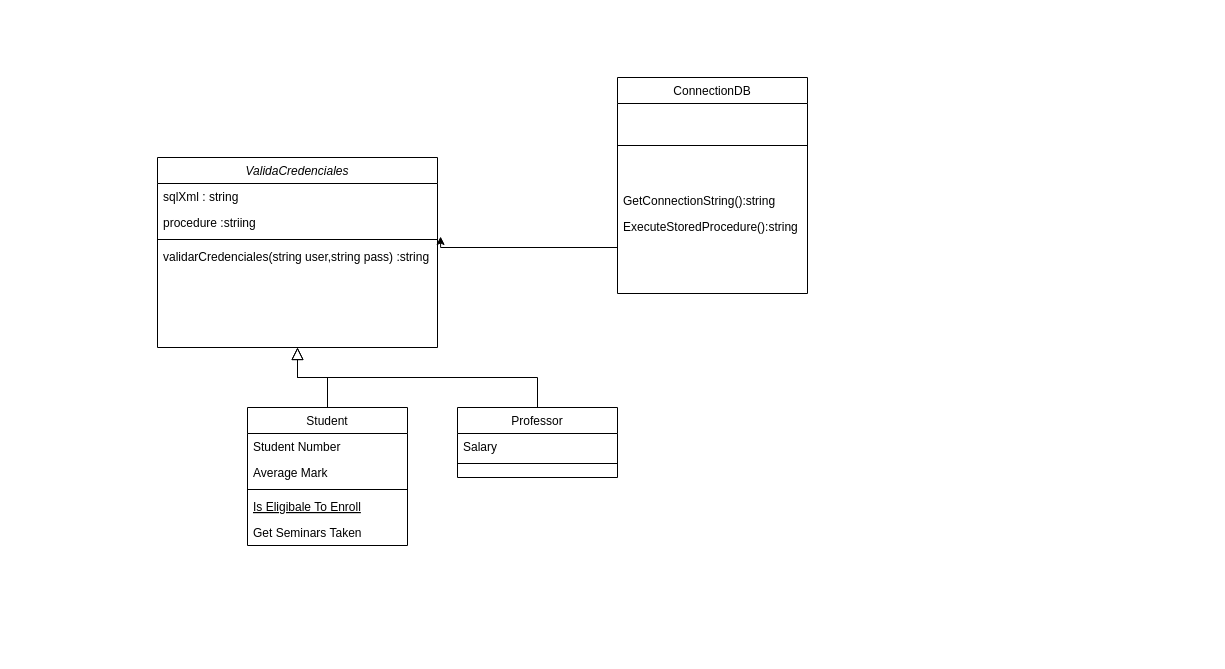
Before: ProyectoPED/ArchivosDB/DiagramaUML.drawio in MoisesProyectosUDB/UDB-PED-Proyecto, a draw.io diagram. Source tidied: cells renumbered, new cells numbered last; positions are measured from the earlier drawing's top-left corner, leaving out a move shared by most shapes. Both pictures are drawn from the tidied source at 100%, with x=0, y=0 at pixel (157, 77).
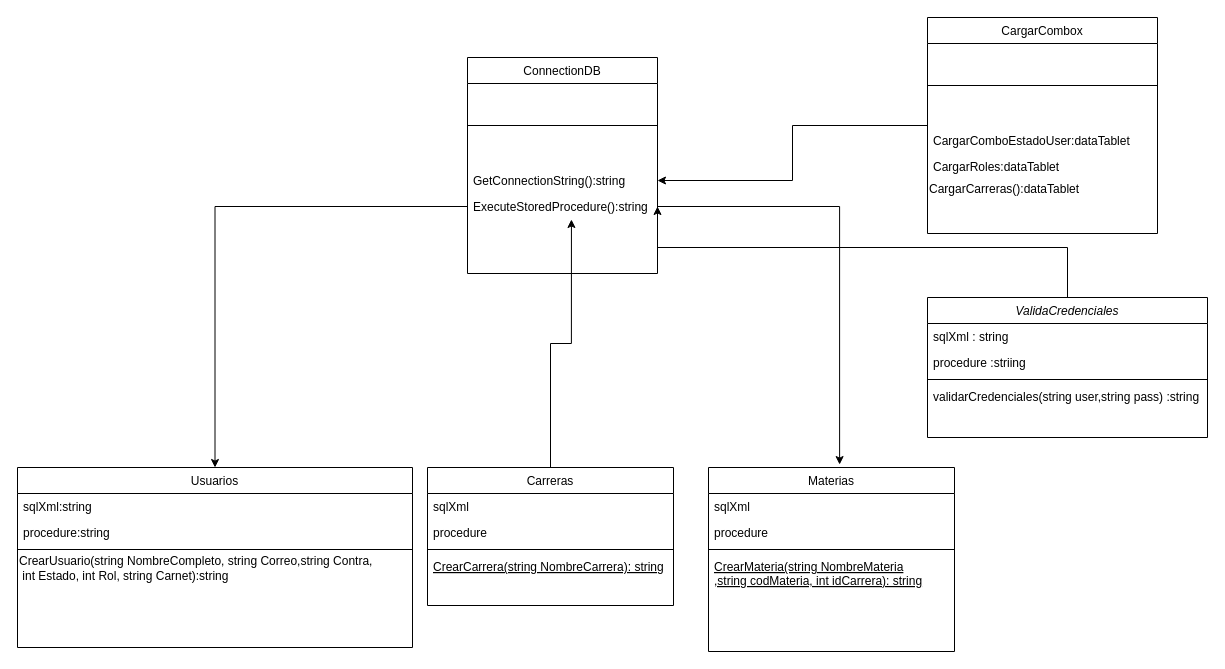
Above is the later version.

The change refers to these unchanged cells:
```xml
<mxCell id="4" value="procedure :striing" style="text;align=left;verticalAlign=top;spacingLeft=4;spacingRight=4;overflow=hidden;points=[[0,0.5],[1,0.5]];portConstraint=eastwest;rounded=0;shadow=0;html=0;" parent="2" vertex="1">
  <mxGeometry y="52" width="280" height="26" as="geometry" />
</mxCell>
<mxCell id="21" value="GetConnectionString():string" style="text;align=left;verticalAlign=top;spacingLeft=4;spacingRight=4;overflow=hidden;points=[[0,0.5],[1,0.5]];portConstraint=eastwest;" parent="19" vertex="1">
  <mxGeometry y="110" width="190" height="26" as="geometry" />
</mxCell>
<mxCell id="22" value="ExecuteStoredProcedure():string" style="text;align=left;verticalAlign=top;spacingLeft=4;spacingRight=4;overflow=hidden;points=[[0,0.5],[1,0.5]];portConstraint=eastwest;" parent="19" vertex="1">
  <mxGeometry y="136" width="190" height="26" as="geometry" />
</mxCell>
```

Change to the diagram source:
```diff
@@
+    <mxCell id="23" style="edgeStyle=orthogonalEdgeStyle;rounded=0;jettySize=auto;html=1;entryX=1;entryY=0.5;entryDx=0;entryDy=0;" parent="1" edge="1" source="2" target="22">
+      <mxGeometry relative="1" as="geometry">
+        <Array as="points">
+          <mxPoint x="910" y="170" />
+          <mxPoint x="500" y="170" />
+        </Array>
+      </mxGeometry>
+    </mxCell>
     <mxCell id="2" value="ValidaCredenciales" style="swimlane;fontStyle=2;align=center;verticalAlign=top;horizontal=1;startSize=26;rounded=0;shadow=0;strokeWidth=1;" parent="1" vertex="1">
-      <mxGeometry y="80" width="280" height="190" as="geometry" />
+      <mxGeometry x="770" y="220" width="280" height="140" as="geometry" />
     </mxCell>
@@
+    <mxCell id="24" style="edgeStyle=orthogonalEdgeStyle;rounded=0;jettySize=auto;html=1;entryX=0.547;entryY=1;entryDx=0;entryDy=0;entryPerimeter=0;" parent="1" edge="1" source="7" target="22">
+      <mxGeometry relative="1" as="geometry" />
+    </mxCell>
-    <mxCell id="7" value="Student" style="swimlane;fontStyle=0;align=center;verticalAlign=top;horizontal=1;startSize=26;rounded=0;shadow=0;strokeWidth=1;" parent="1" vertex="1">
-      <mxGeometry x="90" y="330" width="160" height="138" as="geometry" />
+    <mxCell id="7" value="Carreras" style="swimlane;fontStyle=0;align=center;verticalAlign=top;horizontal=1;startSize=26;rounded=0;shadow=0;strokeWidth=1;" parent="1" vertex="1">
+      <mxGeometry x="270" y="390" width="246" height="138" as="geometry" />
     </mxCell>
-    <mxCell id="8" value="Student Number" style="text;align=left;verticalAlign=top;spacingLeft=4;spacingRight=4;overflow=hidden;" parent="7" vertex="1">
-      <mxGeometry y="26" width="160" height="26" as="geometry" />
+    <mxCell id="8" value="sqlXml" style="text;align=left;verticalAlign=top;spacingLeft=4;spacingRight=4;overflow=hidden;" parent="7" vertex="1">
+      <mxGeometry y="26" width="246" height="26" as="geometry" />
     </mxCell>
-    <mxCell id="9" value="Average Mark" style="text;align=left;verticalAlign=top;spacingLeft=4;spacingRight=4;overflow=hidden;rounded=0;shadow=0;html=0;" parent="7" vertex="1">
-      <mxGeometry y="52" width="160" height="26" as="geometry" />
+    <mxCell id="9" value="procedure" style="text;align=left;verticalAlign=top;spacingLeft=4;spacingRight=4;overflow=hidden;rounded=0;shadow=0;html=0;" parent="7" vertex="1">
+      <mxGeometry y="52" width="246" height="26" as="geometry" />
     </mxCell>
     <mxCell id="10" style="line;html=1;strokeWidth=1;align=left;verticalAlign=middle;spacingTop=-1;spacingLeft=3;spacingRight=3;labelPosition=right;" parent="7" vertex="1">
-      <mxGeometry y="78" width="160" height="8" as="geometry" />
+      <mxGeometry y="78" width="246" height="8" as="geometry" />
     </mxCell>
-    <mxCell id="11" value="Is Eligibale To Enroll" style="text;align=left;verticalAlign=top;spacingLeft=4;spacingRight=4;overflow=hidden;fontStyle=4;" parent="7" vertex="1">
-      <mxGeometry y="86" width="160" height="26" as="geometry" />
+    <mxCell id="11" value="CrearCarrera(string NombreCarrera): string" style="text;align=left;verticalAlign=top;spacingLeft=4;spacingRight=4;overflow=hidden;fontStyle=4;" parent="7" vertex="1">
+      <mxGeometry y="86" width="246" height="26" as="geometry" />
     </mxCell>
-    <mxCell id="12" value="Get Seminars Taken" style="text;align=left;verticalAlign=top;spacingLeft=4;spacingRight=4;overflow=hidden;" parent="7" vertex="1">
-      <mxGeometry y="112" width="160" height="26" as="geometry" />
-    </mxCell>
-    <mxCell id="13" style="endArrow=block;endSize=10;endFill=0;shadow=0;strokeWidth=1;rounded=0;edgeStyle=elbowEdgeStyle;elbow=vertical;" parent="1" edge="1" source="7" target="2">
-      <mxGeometry relative="1" as="geometry" />
-    </mxCell>
-    <mxCell id="14" value="Professor" style="swimlane;fontStyle=0;align=center;verticalAlign=top;horizontal=1;startSize=26;rounded=0;shadow=0;strokeWidth=1;" parent="1" vertex="1">
-      <mxGeometry x="300" y="330" width="160" height="70" as="geometry" />
+    <mxCell id="14" value="Usuarios" style="swimlane;fontStyle=0;align=center;verticalAlign=top;horizontal=1;startSize=26;rounded=0;shadow=0;strokeWidth=1;" parent="1" vertex="1">
+      <mxGeometry x="-140" y="390" width="395" height="180" as="geometry" />
     </mxCell>
-    <mxCell id="15" value="Salary" style="text;align=left;verticalAlign=top;spacingLeft=4;spacingRight=4;overflow=hidden;" parent="14" vertex="1">
-      <mxGeometry y="26" width="160" height="26" as="geometry" />
+    <mxCell id="15" value="sqlXml:string" style="text;align=left;verticalAlign=top;spacingLeft=4;spacingRight=4;overflow=hidden;" parent="14" vertex="1">
+      <mxGeometry y="26" width="395" height="26" as="geometry" />
     </mxCell>
+    <mxCell id="25" value="procedure:string" style="text;align=left;verticalAlign=top;spacingLeft=4;spacingRight=4;overflow=hidden;" parent="14" vertex="1">
+      <mxGeometry y="52" width="395" height="26" as="geometry" />
+    </mxCell>
     <mxCell id="16" style="line;html=1;strokeWidth=1;align=left;verticalAlign=middle;spacingTop=-1;spacingLeft=3;spacingRight=3;labelPosition=right;" parent="14" vertex="1">
-      <mxGeometry y="52" width="160" height="8" as="geometry" />
+      <mxGeometry y="78" width="395" height="8" as="geometry" />
     </mxCell>
-    <mxCell id="17" style="endArrow=block;endSize=10;endFill=0;shadow=0;strokeWidth=1;rounded=0;edgeStyle=elbowEdgeStyle;elbow=vertical;" parent="1" edge="1" source="14" target="2">
-      <mxGeometry relative="1" as="geometry" />
-    </mxCell>
-    <mxCell id="18" style="edgeStyle=orthogonalEdgeStyle;rounded=0;jettySize=auto;html=1;entryX=1.011;entryY=1.038;entryDx=0;entryDy=0;entryPerimeter=0;" parent="1" edge="1" source="19" target="4">
-      <mxGeometry relative="1" as="geometry">
-        <Array as="points">
-          <mxPoint x="283" y="170" />
-        </Array>
-      </mxGeometry>
-    </mxCell>
+    <mxCell id="26" value="CrearUsuario(string NombreCompleto, string Correo,string Contra,&lt;br&gt;&amp;nbsp;int Estado, int Rol, string Carnet):string" style="text;html=1;align=left;verticalAlign=middle;" parent="14" vertex="1">
+      <mxGeometry y="86" width="395" height="30" as="geometry" />
+    </mxCell>
     <mxCell id="19" value="ConnectionDB" style="swimlane;fontStyle=0;align=center;verticalAlign=top;horizontal=1;startSize=26;rounded=0;shadow=0;strokeWidth=1;" parent="1" vertex="1">
-      <mxGeometry x="460" width="190" height="216" as="geometry" />
+      <mxGeometry x="310" y="-20" width="190" height="216" as="geometry" />
     </mxCell>
@@
+    <mxCell id="27" style="edgeStyle=orthogonalEdgeStyle;rounded=0;jettySize=auto;html=1;" parent="1" edge="1" source="28" target="21">
+      <mxGeometry relative="1" as="geometry" />
+    </mxCell>
+    <mxCell id="28" value="CargarCombox" style="swimlane;fontStyle=0;align=center;verticalAlign=top;horizontal=1;startSize=26;rounded=0;shadow=0;strokeWidth=1;" parent="1" vertex="1">
+      <mxGeometry x="770" y="-60" width="230" height="216" as="geometry" />
+    </mxCell>
+    <mxCell id="29" style="line;html=1;strokeWidth=1;align=left;verticalAlign=middle;spacingTop=-1;spacingLeft=3;spacingRight=3;labelPosition=right;" parent="28" vertex="1">
+      <mxGeometry y="26" width="230" height="84" as="geometry" />
+    </mxCell>
+    <mxCell id="30" value="CargarComboEstadoUser:dataTablet" style="text;align=left;verticalAlign=top;spacingLeft=4;spacingRight=4;overflow=hidden;" parent="28" vertex="1">
+      <mxGeometry y="110" width="230" height="26" as="geometry" />
+    </mxCell>
+    <mxCell id="31" value="CargarRoles:dataTablet&#10;" style="text;align=left;verticalAlign=top;spacingLeft=4;spacingRight=4;overflow=hidden;" parent="28" vertex="1">
+      <mxGeometry y="136" width="230" height="26" as="geometry" />
+    </mxCell>
+    <mxCell id="32" value="&lt;div&gt;&lt;span&gt;CargarCarreras():dataTablet&lt;/span&gt;&lt;/div&gt;" style="text;html=1;align=left;verticalAlign=middle;" parent="28" vertex="1">
+      <mxGeometry y="162" width="230" height="20" as="geometry" />
+    </mxCell>
+    <mxCell id="33" value="Materias" style="swimlane;fontStyle=0;align=center;verticalAlign=top;horizontal=1;startSize=26;rounded=0;shadow=0;strokeWidth=1;" parent="1" vertex="1">
+      <mxGeometry x="551" y="390" width="246" height="184" as="geometry" />
+    </mxCell>
+    <mxCell id="34" value="sqlXml" style="text;align=left;verticalAlign=top;spacingLeft=4;spacingRight=4;overflow=hidden;" parent="33" vertex="1">
+      <mxGeometry y="26" width="246" height="26" as="geometry" />
+    </mxCell>
+    <mxCell id="35" value="procedure" style="text;align=left;verticalAlign=top;spacingLeft=4;spacingRight=4;overflow=hidden;rounded=0;shadow=0;html=0;" parent="33" vertex="1">
+      <mxGeometry y="52" width="246" height="26" as="geometry" />
+    </mxCell>
+    <mxCell id="36" style="line;html=1;strokeWidth=1;align=left;verticalAlign=middle;spacingTop=-1;spacingLeft=3;spacingRight=3;labelPosition=right;" parent="33" vertex="1">
+      <mxGeometry y="78" width="246" height="8" as="geometry" />
+    </mxCell>
+    <mxCell id="37" value="CrearMateria(string NombreMateria&#10;,string codMateria, int idCarrera): string" style="text;align=left;verticalAlign=top;spacingLeft=4;spacingRight=4;overflow=hidden;fontStyle=4;" parent="33" vertex="1">
+      <mxGeometry y="86" width="246" height="54" as="geometry" />
+    </mxCell>
+    <mxCell id="38" style="edgeStyle=orthogonalEdgeStyle;rounded=0;jettySize=auto;html=1;entryX=0.5;entryY=0;entryDx=0;entryDy=0;" parent="1" edge="1" source="22" target="14">
+      <mxGeometry relative="1" as="geometry" />
+    </mxCell>
+    <mxCell id="39" style="edgeStyle=orthogonalEdgeStyle;rounded=0;jettySize=auto;html=1;entryX=0.533;entryY=-0.016;entryDx=0;entryDy=0;entryPerimeter=0;" parent="1" edge="1" source="22" target="33">
+      <mxGeometry relative="1" as="geometry" />
+    </mxCell>
```
